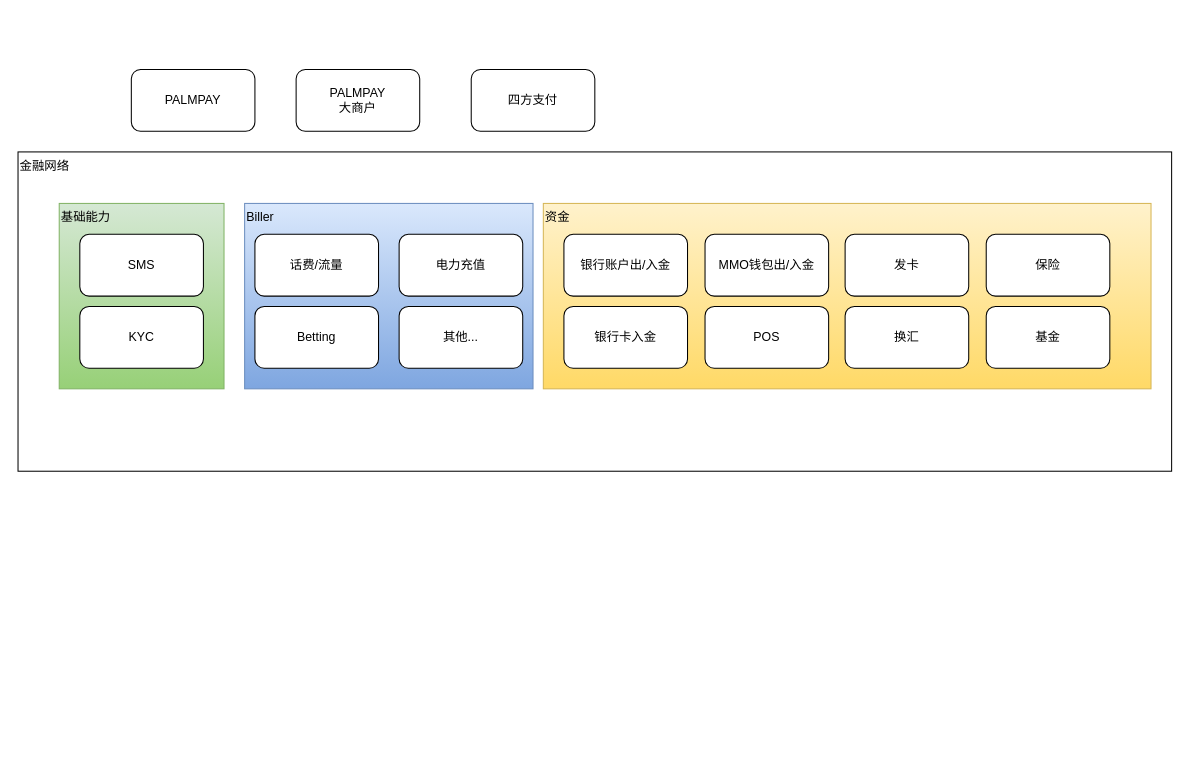
Earlier version of the draw.io diagram business architec.drawio (catface996/images). Source tidied: cells renumbered, new cells numbered last; positions are measured from the earlier drawing's top-left corner, leaving out a move shared by most shapes. Both pictures are drawn from the tidied source at 103%, with x=0, y=0 at pixel (18, 69).
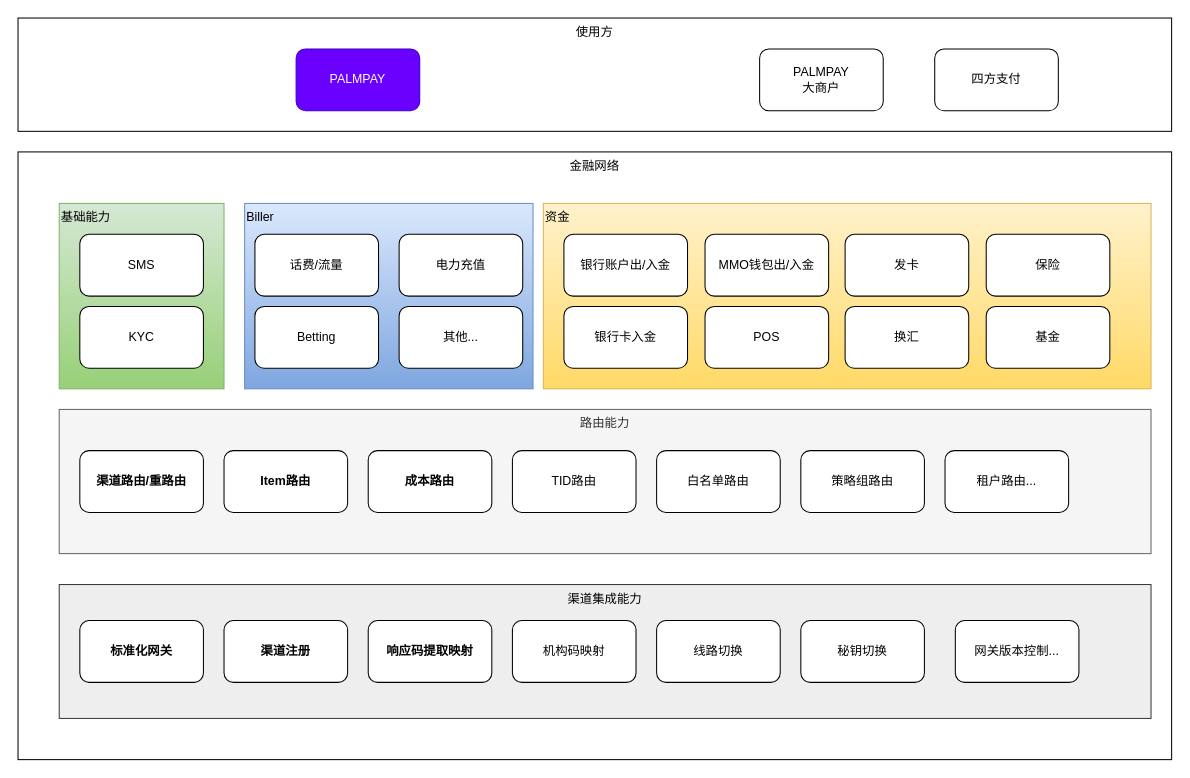
After the change.

What changed in the source:
```diff
@@
+    <mxCell id="23" value="使用方" style="rounded=0;whiteSpace=wrap;html=1;verticalAlign=top;" parent="1" vertex="1">
+      <mxGeometry y="-50" width="1120" height="110" as="geometry" />
+    </mxCell>
-    <mxCell id="2" value="PALMPAY" style="rounded=1;whiteSpace=wrap;html=1;" parent="1" vertex="1">
-      <mxGeometry x="110" width="120" height="60" as="geometry" />
+    <mxCell id="2" value="PALMPAY" style="rounded=1;whiteSpace=wrap;html=1;fillColor=#6a00ff;fontColor=#ffffff;strokeColor=#3700CC;" parent="1" vertex="1">
+      <mxGeometry x="270" y="-20" width="120" height="60" as="geometry" />
     </mxCell>
     <mxCell id="3" value="PALMPAY&lt;br&gt;大商户" style="rounded=1;whiteSpace=wrap;html=1;" parent="1" vertex="1">
-      <mxGeometry x="270" width="120" height="60" as="geometry" />
+      <mxGeometry x="720" y="-20" width="120" height="60" as="geometry" />
     </mxCell>
     <mxCell id="4" value="四方支付" style="rounded=1;whiteSpace=wrap;html=1;" parent="1" vertex="1">
-      <mxGeometry x="440" width="120" height="60" as="geometry" />
+      <mxGeometry x="890" y="-20" width="120" height="60" as="geometry" />
     </mxCell>
-    <mxCell id="5" value="金融网络" style="rounded=0;whiteSpace=wrap;html=1;verticalAlign=top;align=left;" parent="1" vertex="1">
-      <mxGeometry y="80" width="1120" height="310" as="geometry" />
+    <mxCell id="5" value="金融网络" style="rounded=0;whiteSpace=wrap;html=1;verticalAlign=top;align=center;" parent="1" vertex="1">
+      <mxGeometry y="80" width="1120" height="590" as="geometry" />
     </mxCell>
@@
+    <mxCell id="24" value="路由能力" style="rounded=0;whiteSpace=wrap;html=1;verticalAlign=top;fillColor=#f5f5f5;strokeColor=#666666;fontColor=#333333;" parent="1" vertex="1">
+      <mxGeometry x="40" y="330" width="1060" height="140" as="geometry" />
+    </mxCell>
+    <mxCell id="25" value="渠道路由/重路由" style="rounded=1;whiteSpace=wrap;html=1;fontStyle=1;" parent="1" vertex="1">
+      <mxGeometry x="60" y="370" width="120" height="60" as="geometry" />
+    </mxCell>
+    <mxCell id="26" value="Item路由" style="rounded=1;whiteSpace=wrap;html=1;fontStyle=1;" parent="1" vertex="1">
+      <mxGeometry x="200" y="370" width="120" height="60" as="geometry" />
+    </mxCell>
+    <mxCell id="27" value="成本路由" style="rounded=1;whiteSpace=wrap;html=1;fontStyle=1;" parent="1" vertex="1">
+      <mxGeometry x="340" y="370" width="120" height="60" as="geometry" />
+    </mxCell>
+    <mxCell id="28" value="TID路由" style="rounded=1;whiteSpace=wrap;html=1;" parent="1" vertex="1">
+      <mxGeometry x="480" y="370" width="120" height="60" as="geometry" />
+    </mxCell>
+    <mxCell id="29" value="白名单路由" style="rounded=1;whiteSpace=wrap;html=1;" parent="1" vertex="1">
+      <mxGeometry x="620" y="370" width="120" height="60" as="geometry" />
+    </mxCell>
+    <mxCell id="30" value="策略组路由" style="rounded=1;whiteSpace=wrap;html=1;" parent="1" vertex="1">
+      <mxGeometry x="760" y="370" width="120" height="60" as="geometry" />
+    </mxCell>
+    <mxCell id="31" value="租户路由..." style="rounded=1;whiteSpace=wrap;html=1;" parent="1" vertex="1">
+      <mxGeometry x="900" y="370" width="120" height="60" as="geometry" />
+    </mxCell>
+    <mxCell id="32" value="渠道集成能力" style="rounded=0;whiteSpace=wrap;html=1;align=center;verticalAlign=top;fillColor=#eeeeee;strokeColor=#36393d;" parent="1" vertex="1">
+      <mxGeometry x="40" y="500" width="1060" height="130" as="geometry" />
+    </mxCell>
+    <mxCell id="33" value="标准化网关" style="rounded=1;whiteSpace=wrap;html=1;fontStyle=1;" parent="1" vertex="1">
+      <mxGeometry x="60" y="535" width="120" height="60" as="geometry" />
+    </mxCell>
+    <mxCell id="34" value="渠道注册" style="rounded=1;whiteSpace=wrap;html=1;fontStyle=1;" parent="1" vertex="1">
+      <mxGeometry x="200" y="535" width="120" height="60" as="geometry" />
+    </mxCell>
+    <mxCell id="35" value="响应码提取映射" style="rounded=1;whiteSpace=wrap;html=1;fontStyle=1;" parent="1" vertex="1">
+      <mxGeometry x="340" y="535" width="120" height="60" as="geometry" />
+    </mxCell>
+    <mxCell id="36" value="机构码映射" style="rounded=1;whiteSpace=wrap;html=1;" parent="1" vertex="1">
+      <mxGeometry x="480" y="535" width="120" height="60" as="geometry" />
+    </mxCell>
+    <mxCell id="37" value="线路切换" style="rounded=1;whiteSpace=wrap;html=1;" parent="1" vertex="1">
+      <mxGeometry x="620" y="535" width="120" height="60" as="geometry" />
+    </mxCell>
+    <mxCell id="38" value="秘钥切换" style="rounded=1;whiteSpace=wrap;html=1;" parent="1" vertex="1">
+      <mxGeometry x="760" y="535" width="120" height="60" as="geometry" />
+    </mxCell>
+    <mxCell id="39" value="网关版本控制..." style="rounded=1;whiteSpace=wrap;html=1;" parent="1" vertex="1">
+      <mxGeometry x="910" y="535" width="120" height="60" as="geometry" />
+    </mxCell>
```
